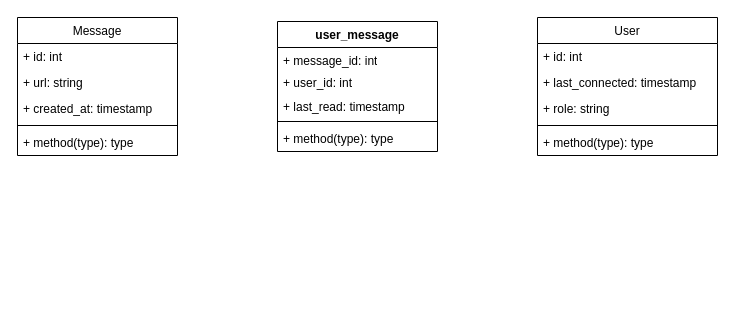
Earlier version of the draw.io diagram draw.io/class-digram-infocaster.drawio (ahidayati/database-diagram). Source tidied: cells renumbered, new cells numbered last; positions are measured from the earlier drawing's top-left corner, leaving out a move shared by most shapes. Both pictures are drawn from the tidied source at 100%, with x=0, y=0 at pixel (17, 17).
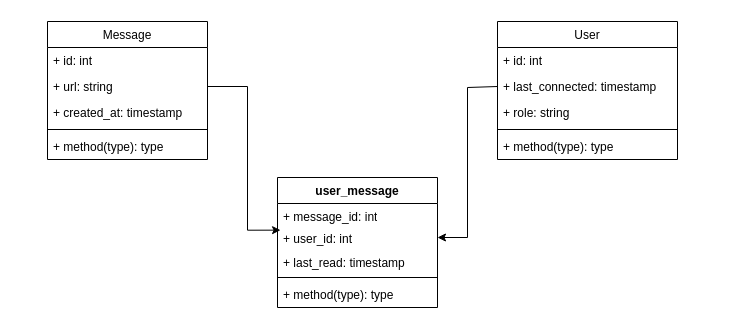
After the change.

Unchanged cells that the change refers to:
```xml
<mxCell id="4" value="+ url: string" style="text;align=left;verticalAlign=top;spacingLeft=4;spacingRight=4;overflow=hidden;points=[[0,0.5],[1,0.5]];portConstraint=eastwest;rounded=0;shadow=0;html=0;" parent="2" vertex="1">
  <mxGeometry y="52" width="160" height="26" as="geometry" />
</mxCell>
<mxCell id="10" value="+ last_connected: timestamp" style="text;align=left;verticalAlign=top;spacingLeft=4;spacingRight=4;overflow=hidden;points=[[0,0.5],[1,0.5]];portConstraint=eastwest;rounded=0;shadow=0;html=0;" parent="8" vertex="1">
  <mxGeometry y="52" width="180" height="26" as="geometry" />
</mxCell>
<mxCell id="15" value="+ message_id: int" style="text;strokeColor=none;fillColor=none;align=left;verticalAlign=top;spacingLeft=4;spacingRight=4;overflow=hidden;points=[[0,0.5],[1,0.5]];portConstraint=eastwest;whiteSpace=wrap;html=1;" parent="14" vertex="1">
  <mxGeometry y="26" width="160" height="22" as="geometry" />
</mxCell>
<mxCell id="16" value="+ user_id: int" style="text;strokeColor=none;fillColor=none;align=left;verticalAlign=top;spacingLeft=4;spacingRight=4;overflow=hidden;points=[[0,0.5],[1,0.5]];portConstraint=eastwest;whiteSpace=wrap;html=1;" parent="14" vertex="1">
  <mxGeometry y="48" width="160" height="24" as="geometry" />
</mxCell>
```

Change to the diagram source:
```diff
@@
     <mxCell id="2" value="Message" style="swimlane;fontStyle=0;align=center;verticalAlign=top;horizontal=1;startSize=26;rounded=0;shadow=0;strokeWidth=1;" parent="1" vertex="1">
-      <mxGeometry width="160" height="138" as="geometry" />
+      <mxGeometry x="30" y="4" width="160" height="138" as="geometry" />
     </mxCell>
@@
     <mxCell id="8" value="User" style="swimlane;fontStyle=0;align=center;verticalAlign=top;horizontal=1;startSize=26;rounded=0;shadow=0;strokeWidth=1;" parent="1" vertex="1">
-      <mxGeometry x="520" width="180" height="138" as="geometry" />
+      <mxGeometry x="480" y="4" width="180" height="138" as="geometry" />
     </mxCell>
@@
     <mxCell id="14" value="user_message" style="swimlane;fontStyle=1;align=center;verticalAlign=top;horizontal=1;startSize=26;whiteSpace=wrap;html=1;" parent="1" vertex="1">
-      <mxGeometry x="260" y="4" width="160" height="130" as="geometry" />
+      <mxGeometry x="260" y="160" width="160" height="130" as="geometry" />
     </mxCell>
@@
+    <mxCell id="20" style="edgeStyle=orthogonalEdgeStyle;rounded=0;jettySize=auto;html=1;exitX=1;exitY=0.5;exitDx=0;exitDy=0;entryX=0.019;entryY=1.212;entryDx=0;entryDy=0;entryPerimeter=0;" parent="1" edge="1" source="4" target="15">
+      <mxGeometry relative="1" as="geometry">
+        <Array as="points">
+          <mxPoint x="230" y="69" />
+          <mxPoint x="230" y="213" />
+        </Array>
+      </mxGeometry>
+    </mxCell>
+    <mxCell id="21" style="endArrow=classic;html=1;rounded=0;exitX=0;exitY=0.5;exitDx=0;exitDy=0;entryX=1;entryY=0.5;entryDx=0;entryDy=0;" parent="1" edge="1" source="10" target="16">
+      <mxGeometry relative="1" as="geometry">
+        <Array as="points">
+          <mxPoint x="480" y="70" />
+          <mxPoint x="450" y="70" />
+          <mxPoint x="450" y="220" />
+        </Array>
+      </mxGeometry>
+    </mxCell>
```
